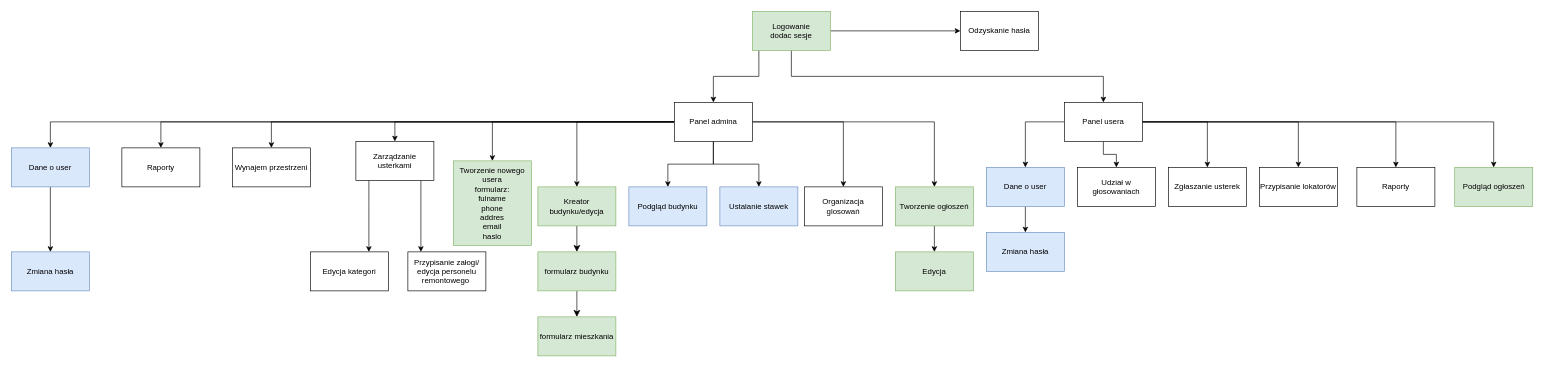
This is doc/site_flow.drawio from Mati-IR/my-neighborhood, a draw.io file, before an edit. Source tidied: cells renumbered, new cells numbered last; positions are measured from the earlier drawing's top-left corner, leaving out a move shared by most shapes. Both pictures are drawn from the tidied source at 65%, with x=0, y=0 at pixel (11, 11).
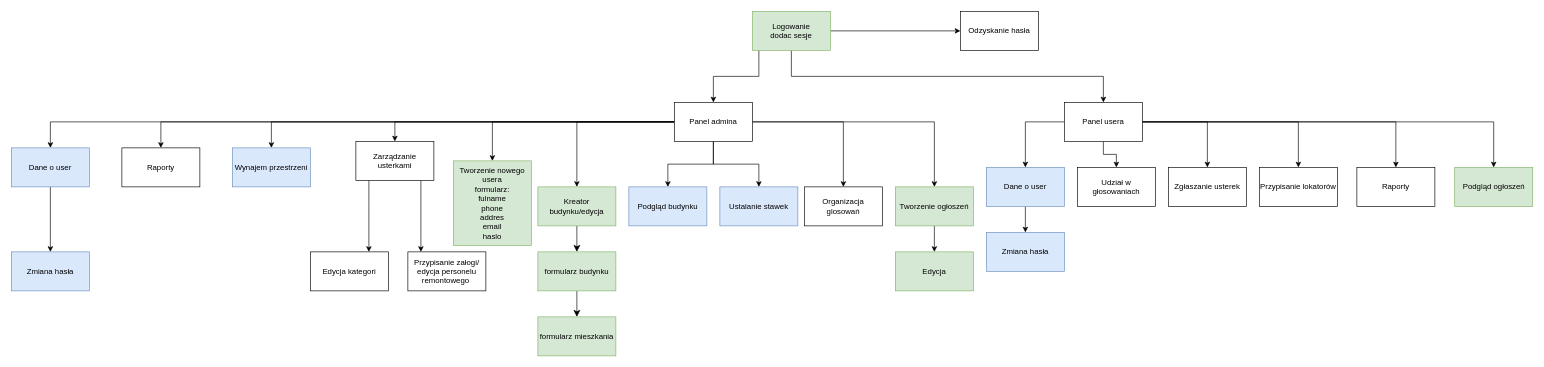
Above is the later version.

What changed in the source:
```diff
@@
-    <mxCell id="49" value="Wynajem przestrzeni" style="rounded=0;whiteSpace=wrap;html=1;" parent="1" vertex="1">
+    <mxCell id="49" value="Wynajem przestrzeni" style="rounded=0;whiteSpace=wrap;html=1;fillColor=#dae8fc;strokeColor=#6c8ebf;" parent="1" vertex="1">
       <mxGeometry x="340" y="210" width="120" height="60" as="geometry" />
     </mxCell>
```
